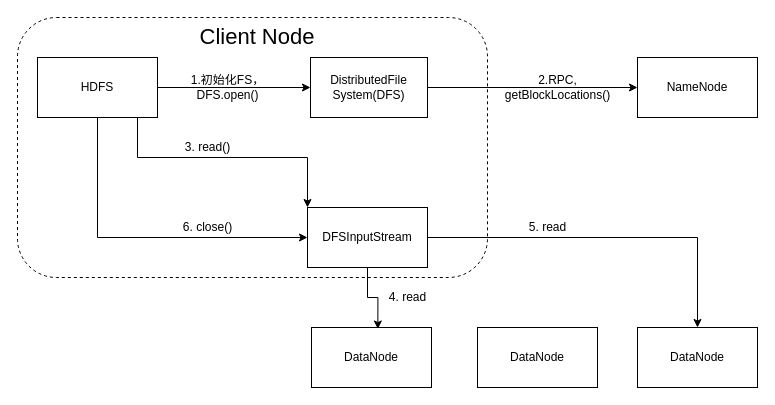
The draw.io diagram drawio/HDFS读取过程.drawio in airyv/Image-Hosting, before the edit. Source tidied: cells renumbered, new cells numbered last; positions are measured from the earlier drawing's top-left corner, leaving out a move shared by most shapes. Both pictures are drawn from the tidied source at 100%, with x=0, y=0 at pixel (17, 17).
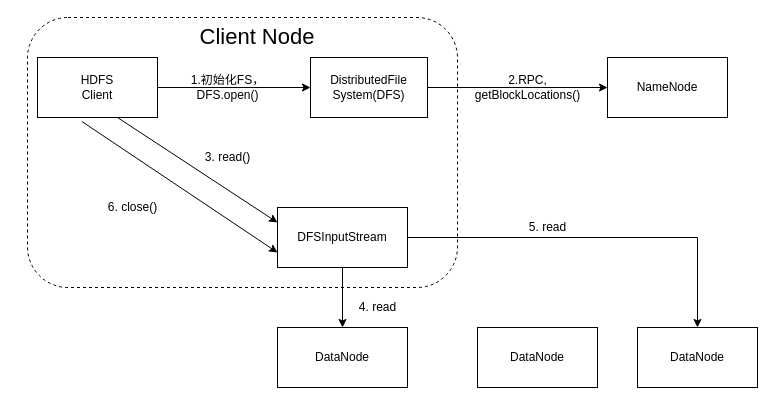
The same page after the edit.

The change refers to these unchanged cells:
```xml
<mxCell id="19" value="DataNode" style="rounded=0;whiteSpace=wrap;html=1;fillColor=none;gradientColor=none;" parent="1" vertex="1">
  <mxGeometry x="620" y="310" width="120" height="60" as="geometry" />
</mxCell>
```

Change to the diagram source:
```diff
@@
     <mxCell id="2" style="rounded=1;whiteSpace=wrap;html=1;dashed=1;fillColor=none;" parent="1" vertex="1">
-      <mxGeometry width="470" height="260" as="geometry" />
+      <mxGeometry x="10" width="430" height="270" as="geometry" />
     </mxCell>
+    <mxCell id="14" value="DFSInputStream" style="rounded=0;whiteSpace=wrap;html=1;fillColor=none;gradientColor=none;" parent="1" vertex="1">
+      <mxGeometry x="260" y="190" width="130" height="60" as="geometry" />
+    </mxCell>
@@
-    <mxCell id="4" style="edgeStyle=orthogonalEdgeStyle;rounded=0;jettySize=auto;html=1;exitX=0.5;exitY=1;exitDx=0;exitDy=0;entryX=0;entryY=0;entryDx=0;entryDy=0;" parent="1" edge="1" source="6" target="14">
-      <mxGeometry relative="1" as="geometry">
-        <Array as="points">
-          <mxPoint x="120" y="100" />
-          <mxPoint x="120" y="140" />
-          <mxPoint x="290" y="140" />
-        </Array>
-      </mxGeometry>
-    </mxCell>
-    <mxCell id="5" style="edgeStyle=orthogonalEdgeStyle;rounded=0;jettySize=auto;html=1;exitX=0.5;exitY=1;exitDx=0;exitDy=0;entryX=0;entryY=0.5;entryDx=0;entryDy=0;" parent="1" edge="1" source="6" target="14">
-      <mxGeometry relative="1" as="geometry" />
-    </mxCell>
-    <mxCell id="6" value="HDFS" style="rounded=0;whiteSpace=wrap;html=1;" parent="1" vertex="1">
+    <mxCell id="6" value="HDFS&lt;br&gt;Client" style="rounded=0;whiteSpace=wrap;html=1;" parent="1" vertex="1">
       <mxGeometry x="20" y="40" width="120" height="60" as="geometry" />
     </mxCell>
@@
     <mxCell id="9" value="NameNode" style="rounded=0;whiteSpace=wrap;html=1;" parent="1" vertex="1">
-      <mxGeometry x="620" y="40" width="120" height="60" as="geometry" />
+      <mxGeometry x="590" y="40" width="120" height="60" as="geometry" />
     </mxCell>
@@
     <mxCell id="11" value="2.RPC, &lt;br&gt;getBlockLocations()" style="text;html=1;align=center;verticalAlign=middle;strokeColor=none;" parent="1" vertex="1">
-      <mxGeometry x="470" y="55" width="140" height="30" as="geometry" />
+      <mxGeometry x="440" y="55" width="140" height="30" as="geometry" />
     </mxCell>
+    <mxCell id="13" style="edgeStyle=orthogonalEdgeStyle;rounded=0;jettySize=auto;html=1;exitX=1;exitY=0.5;exitDx=0;exitDy=0;entryX=0.5;entryY=0;entryDx=0;entryDy=0;" parent="1" edge="1" source="14" target="19">
+      <mxGeometry relative="1" as="geometry" />
+    </mxCell>
-    <mxCell id="12" style="edgeStyle=orthogonalEdgeStyle;rounded=0;jettySize=auto;html=1;exitX=0.5;exitY=1;exitDx=0;exitDy=0;entryX=0.553;entryY=0.025;entryDx=0;entryDy=0;entryPerimeter=0;" parent="1" edge="1" source="14" target="17">
+    <mxCell id="12" style="edgeStyle=orthogonalEdgeStyle;rounded=0;jettySize=auto;html=1;exitX=0.5;exitY=1;exitDx=0;exitDy=0;entryX=0.5;entryY=0;entryDx=0;entryDy=0;" parent="1" edge="1" source="14" target="17">
       <mxGeometry relative="1" as="geometry" />
     </mxCell>
-    <mxCell id="13" style="edgeStyle=orthogonalEdgeStyle;rounded=0;jettySize=auto;html=1;exitX=1;exitY=0.5;exitDx=0;exitDy=0;entryX=0.5;entryY=0;entryDx=0;entryDy=0;" parent="1" edge="1" source="14" target="19">
-      <mxGeometry relative="1" as="geometry" />
-    </mxCell>
-    <mxCell id="14" value="DFSInputStream" style="rounded=0;whiteSpace=wrap;html=1;fillColor=none;gradientColor=none;" parent="1" vertex="1">
-      <mxGeometry x="290" y="190" width="120" height="60" as="geometry" />
-    </mxCell>
     <mxCell id="15" value="3. read()" style="text;html=1;align=center;verticalAlign=middle;strokeColor=none;" parent="1" vertex="1">
-      <mxGeometry x="155" y="120" width="70" height="20" as="geometry" />
+      <mxGeometry x="175" y="130" width="70" height="20" as="geometry" />
     </mxCell>
     <mxCell id="16" value="6. close()" style="text;html=1;align=center;verticalAlign=middle;strokeColor=none;" parent="1" vertex="1">
-      <mxGeometry x="155" y="200" width="70" height="20" as="geometry" />
+      <mxGeometry x="80" y="180" width="70" height="20" as="geometry" />
     </mxCell>
     <mxCell id="17" value="DataNode" style="rounded=0;whiteSpace=wrap;html=1;fillColor=none;gradientColor=none;" parent="1" vertex="1">
-      <mxGeometry x="294" y="310" width="120" height="60" as="geometry" />
+      <mxGeometry x="260" y="310" width="130" height="60" as="geometry" />
     </mxCell>
@@
     <mxCell id="20" value="4. read" style="text;html=1;align=center;verticalAlign=middle;strokeColor=none;" parent="1" vertex="1">
-      <mxGeometry x="360" y="270" width="60" height="20" as="geometry" />
+      <mxGeometry x="330" y="280" width="60" height="20" as="geometry" />
     </mxCell>
@@
+    <mxCell id="23" style="endArrow=classic;html=1;entryX=0;entryY=0.75;entryDx=0;entryDy=0;startArrow=none;exitX=0.37;exitY=1.067;exitDx=0;exitDy=0;exitPerimeter=0;" parent="1" edge="1" source="6" target="14">
+      <mxGeometry relative="1" as="geometry" />
+    </mxCell>
+    <mxCell id="24" style="endArrow=classic;html=1;entryX=0;entryY=0.25;entryDx=0;entryDy=0;" parent="1" edge="1" target="14">
+      <mxGeometry relative="1" as="geometry">
+        <mxPoint x="100" y="100" as="sourcePoint" />
+      </mxGeometry>
+    </mxCell>
```
